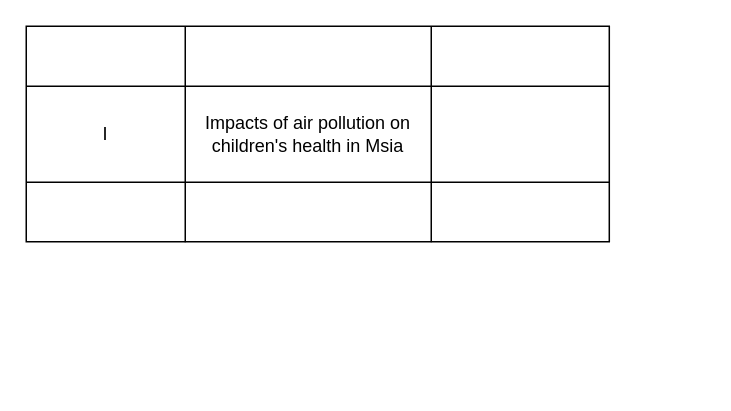
Earlier version of the draw.io diagram onboarding_lostus.drawio (mrym-emm/drawio). Source tidied: cells renumbered, new cells numbered last; positions are measured from the earlier drawing's top-left corner, leaving out a move shared by most shapes. Both pictures are drawn from the tidied source at 150%, with x=0, y=0 at pixel (26, 26).
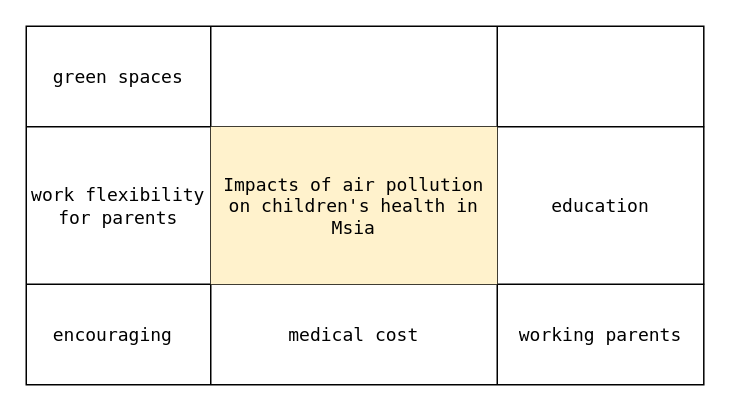
After the change.

What changed in the source:
```diff
@@
 <mxGraphModel>
   <root>
     <mxCell id="0" />
     <mxCell id="1" parent="0" />
     <mxCell id="2" style="shape=table;startSize=0;childLayout=tableLayout;" parent="1" vertex="1">
-      <mxGeometry width="388.7" height="143.7" as="geometry" />
+      <mxGeometry width="451.7" height="239" as="geometry" />
     </mxCell>
     <mxCell id="3" style="shape=tableRow;horizontal=0;startSize=0;swimlaneHead=0;swimlaneBody=0;strokeColor=inherit;top=0;left=0;bottom=0;right=0;fillColor=none;" parent="2" vertex="1">
-      <mxGeometry width="388.7" height="40" as="geometry" />
+      <mxGeometry width="451.7" height="67" as="geometry" />
     </mxCell>
-    <mxCell id="4" style="shape=partialRectangle;html=1;whiteSpace=wrap;strokeColor=inherit;overflow=hidden;fillColor=none;top=0;left=0;bottom=0;right=0;" parent="3" vertex="1">
-      <mxGeometry width="106" height="40" as="geometry" />
+    <mxCell id="4" value="green spaces" style="shape=partialRectangle;html=1;whiteSpace=wrap;strokeColor=inherit;overflow=hidden;fillColor=none;top=0;left=0;bottom=0;right=0;fontFamily=Lucida Console;" parent="3" vertex="1">
+      <mxGeometry width="123" height="67" as="geometry" />
     </mxCell>
-    <mxCell id="5" style="shape=partialRectangle;html=1;whiteSpace=wrap;strokeColor=inherit;overflow=hidden;fillColor=none;top=0;left=0;bottom=0;right=0;" parent="3" vertex="1">
-      <mxGeometry x="106" width="164" height="40" as="geometry" />
+    <mxCell id="5" style="shape=partialRectangle;html=1;whiteSpace=wrap;strokeColor=inherit;overflow=hidden;fillColor=none;top=0;left=0;bottom=0;right=0;fontFamily=Lucida Console;" parent="3" vertex="1">
+      <mxGeometry x="123" width="191" height="67" as="geometry" />
     </mxCell>
-    <mxCell id="6" style="shape=partialRectangle;html=1;whiteSpace=wrap;strokeColor=inherit;overflow=hidden;fillColor=none;top=0;left=0;bottom=0;right=0;" parent="3" vertex="1">
-      <mxGeometry x="270" width="119" height="40" as="geometry" />
+    <mxCell id="6" style="shape=partialRectangle;html=1;whiteSpace=wrap;strokeColor=inherit;overflow=hidden;fillColor=none;top=0;left=0;bottom=0;right=0;fontFamily=Lucida Console;" parent="3" vertex="1">
+      <mxGeometry x="314" width="138" height="67" as="geometry" />
     </mxCell>
     <mxCell id="7" style="shape=tableRow;horizontal=0;startSize=0;swimlaneHead=0;swimlaneBody=0;strokeColor=inherit;top=0;left=0;bottom=0;right=0;fillColor=none;" parent="2" vertex="1">
-      <mxGeometry y="40" width="388.7" height="64" as="geometry" />
+      <mxGeometry y="67" width="451.7" height="105" as="geometry" />
     </mxCell>
-    <mxCell id="8" value="I" style="shape=partialRectangle;html=1;whiteSpace=wrap;strokeColor=inherit;overflow=hidden;fillColor=none;top=0;left=0;bottom=0;right=0;" parent="7" vertex="1">
-      <mxGeometry width="106" height="64" as="geometry" />
+    <mxCell id="8" value="work flexibility for parents" style="shape=partialRectangle;html=1;whiteSpace=wrap;strokeColor=inherit;overflow=hidden;fillColor=none;top=0;left=0;bottom=0;right=0;fontFamily=Lucida Console;" parent="7" vertex="1">
+      <mxGeometry width="123" height="105" as="geometry" />
     </mxCell>
-    <mxCell id="9" value="Impacts of air pollution on children's health in Msia" style="shape=partialRectangle;html=1;whiteSpace=wrap;strokeColor=inherit;overflow=hidden;fillColor=none;top=0;left=0;bottom=0;right=0;" parent="7" vertex="1">
-      <mxGeometry x="106" width="164" height="64" as="geometry" />
+    <mxCell id="9" value="Impacts of air pollution on children's health in Msia" style="shape=partialRectangle;html=1;whiteSpace=wrap;strokeColor=#d6b656;overflow=hidden;fillColor=#fff2cc;top=0;left=0;bottom=0;right=0;fontFamily=Lucida Console;" parent="7" vertex="1">
+      <mxGeometry x="123" width="191" height="105" as="geometry" />
     </mxCell>
-    <mxCell id="10" style="shape=partialRectangle;html=1;whiteSpace=wrap;strokeColor=inherit;overflow=hidden;fillColor=none;top=0;left=0;bottom=0;right=0;" parent="7" vertex="1">
-      <mxGeometry x="270" width="119" height="64" as="geometry" />
+    <mxCell id="10" value="education" style="shape=partialRectangle;html=1;whiteSpace=wrap;strokeColor=inherit;overflow=hidden;fillColor=none;top=0;left=0;bottom=0;right=0;fontFamily=Lucida Console;" parent="7" vertex="1">
+      <mxGeometry x="314" width="138" height="105" as="geometry" />
     </mxCell>
     <mxCell id="11" style="shape=tableRow;horizontal=0;startSize=0;swimlaneHead=0;swimlaneBody=0;strokeColor=inherit;top=0;left=0;bottom=0;right=0;fillColor=none;" parent="2" vertex="1">
-      <mxGeometry y="104" width="388.7" height="40" as="geometry" />
+      <mxGeometry y="172" width="451.7" height="67" as="geometry" />
     </mxCell>
-    <mxCell id="12" style="shape=partialRectangle;html=1;whiteSpace=wrap;strokeColor=inherit;overflow=hidden;fillColor=none;top=0;left=0;bottom=0;right=0;" parent="11" vertex="1">
-      <mxGeometry width="106" height="40" as="geometry" />
+    <mxCell id="12" value="encouraging&amp;nbsp;" style="shape=partialRectangle;html=1;whiteSpace=wrap;strokeColor=inherit;overflow=hidden;fillColor=none;top=0;left=0;bottom=0;right=0;fontFamily=Lucida Console;" parent="11" vertex="1">
+      <mxGeometry width="123" height="67" as="geometry" />
     </mxCell>
-    <mxCell id="13" style="shape=partialRectangle;html=1;whiteSpace=wrap;strokeColor=inherit;overflow=hidden;fillColor=none;top=0;left=0;bottom=0;right=0;" parent="11" vertex="1">
-      <mxGeometry x="106" width="164" height="40" as="geometry" />
+    <mxCell id="13" value="medical cost" style="shape=partialRectangle;html=1;whiteSpace=wrap;strokeColor=inherit;overflow=hidden;fillColor=none;top=0;left=0;bottom=0;right=0;fontFamily=Lucida Console;" parent="11" vertex="1">
+      <mxGeometry x="123" width="191" height="67" as="geometry" />
     </mxCell>
-    <mxCell id="14" style="shape=partialRectangle;html=1;whiteSpace=wrap;strokeColor=inherit;overflow=hidden;fillColor=none;top=0;left=0;bottom=0;right=0;" parent="11" vertex="1">
-      <mxGeometry x="270" width="119" height="40" as="geometry" />
+    <mxCell id="14" value="working parents" style="shape=partialRectangle;html=1;whiteSpace=wrap;strokeColor=inherit;overflow=hidden;fillColor=none;top=0;left=0;bottom=0;right=0;fontFamily=Lucida Console;" parent="11" vertex="1">
+      <mxGeometry x="314" width="138" height="67" as="geometry" />
     </mxCell>
   </root>
 </mxGraphModel>
```
